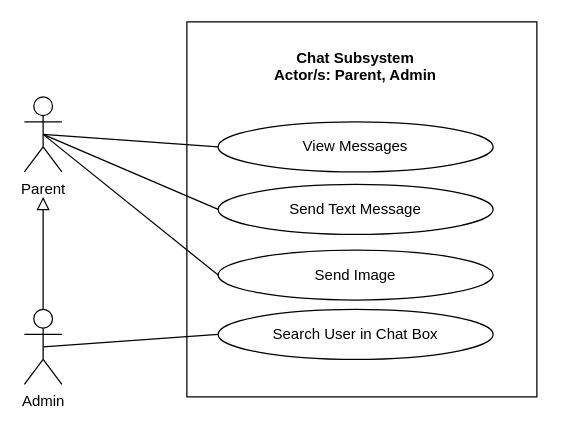
Earlier version of the draw.io diagram page "Chat Subsystem" (7 of 7) of REVISIONS/UML-DIAGRAMS/6-9-2021/USE CASE/use case.drawio (mrklglsn/CAPSTONE-FILES). Source tidied: cells renumbered, new cells numbered last; positions are measured from the earlier drawing's top-left corner, leaving out a move shared by most shapes. Both pictures are drawn from the tidied source at 125%, with x=0, y=0 at pixel (24, 21).
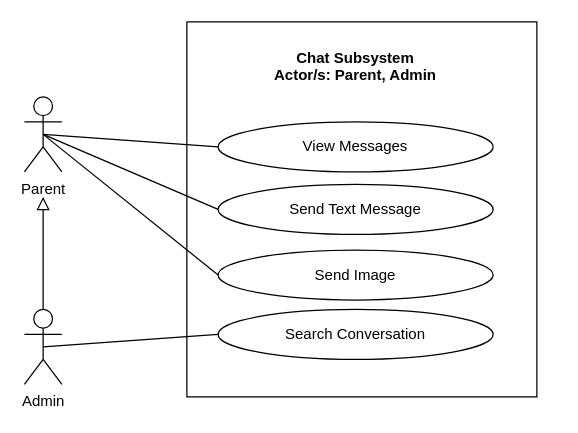
The same diagram, later.

Change to the diagram source:
```diff
@@
 <mxGraphModel>
   <root>
     <mxCell id="0" />
     <mxCell id="1" parent="0" />
     <mxCell id="2" style="html=1;fillColor=none;" parent="1" vertex="1">
       <mxGeometry x="130" width="280" height="300" as="geometry" />
     </mxCell>
     <mxCell id="3" style="edgeStyle=none;rounded=0;jettySize=auto;html=1;exitX=0.5;exitY=0.5;exitDx=0;exitDy=0;exitPerimeter=0;entryX=0;entryY=0.5;entryDx=0;entryDy=0;endArrow=none;endFill=0;" parent="1" edge="1" source="6" target="9">
       <mxGeometry relative="1" as="geometry" />
     </mxCell>
     <mxCell id="4" style="edgeStyle=none;rounded=0;jettySize=auto;html=1;exitX=0.5;exitY=0.5;exitDx=0;exitDy=0;exitPerimeter=0;entryX=0;entryY=0.5;entryDx=0;entryDy=0;endArrow=none;endFill=0;" parent="1" edge="1" source="6" target="8">
       <mxGeometry relative="1" as="geometry" />
     </mxCell>
     <mxCell id="5" style="edgeStyle=none;rounded=0;jettySize=auto;html=1;exitX=0.5;exitY=0.5;exitDx=0;exitDy=0;exitPerimeter=0;entryX=0;entryY=0.5;entryDx=0;entryDy=0;endArrow=none;endFill=0;" parent="1" edge="1" source="6" target="11">
       <mxGeometry relative="1" as="geometry" />
     </mxCell>
     <mxCell id="6" value="Parent" style="shape=umlActor;verticalLabelPosition=bottom;verticalAlign=top;html=1;fillColor=none;" parent="1" vertex="1">
       <mxGeometry y="60" width="30" height="60" as="geometry" />
     </mxCell>
     <mxCell id="7" value="Chat Subsystem&#10;Actor/s: Parent, Admin" style="text;align=center;fontStyle=1;verticalAlign=middle;spacingLeft=3;spacingRight=3;strokeColor=none;fillColor=none;" parent="1" vertex="1">
       <mxGeometry x="105" y="20" width="320" height="30" as="geometry" />
     </mxCell>
     <mxCell id="8" value="Send Text Message" style="ellipse;whiteSpace=wrap;html=1;fillColor=none;" parent="1" vertex="1">
       <mxGeometry x="155" y="130" width="220" height="40" as="geometry" />
     </mxCell>
     <mxCell id="9" value="View Messages" style="ellipse;whiteSpace=wrap;html=1;fillColor=none;" parent="1" vertex="1">
       <mxGeometry x="155" y="80" width="220" height="40" as="geometry" />
     </mxCell>
-    <mxCell id="10" value="Search User in Chat Box" style="ellipse;whiteSpace=wrap;html=1;fillColor=none;" parent="1" vertex="1">
+    <mxCell id="10" value="Search Conversation" style="ellipse;whiteSpace=wrap;html=1;fillColor=none;" parent="1" vertex="1">
       <mxGeometry x="155" y="230" width="220" height="40" as="geometry" />
     </mxCell>
     <mxCell id="11" value="Send Image" style="ellipse;whiteSpace=wrap;html=1;fillColor=none;" parent="1" vertex="1">
       <mxGeometry x="155" y="182.5" width="220" height="40" as="geometry" />
     </mxCell>
     <mxCell id="12" style="edgeStyle=none;rounded=0;jettySize=auto;html=1;exitX=0.5;exitY=0;exitDx=0;exitDy=0;exitPerimeter=0;endArrow=block;endFill=0;endSize=8;" parent="1" edge="1" source="14">
       <mxGeometry relative="1" as="geometry">
         <mxPoint x="15" y="140" as="targetPoint" />
       </mxGeometry>
     </mxCell>
     <mxCell id="13" style="edgeStyle=none;rounded=0;jettySize=auto;html=1;exitX=0.5;exitY=0.5;exitDx=0;exitDy=0;exitPerimeter=0;entryX=0;entryY=0.5;entryDx=0;entryDy=0;endArrow=none;endFill=0;endSize=8;" parent="1" edge="1" source="14" target="10">
       <mxGeometry relative="1" as="geometry" />
     </mxCell>
     <mxCell id="14" value="Admin" style="shape=umlActor;verticalLabelPosition=bottom;verticalAlign=top;html=1;fillColor=none;" parent="1" vertex="1">
       <mxGeometry y="230" width="30" height="60" as="geometry" />
     </mxCell>
   </root>
 </mxGraphModel>
```
